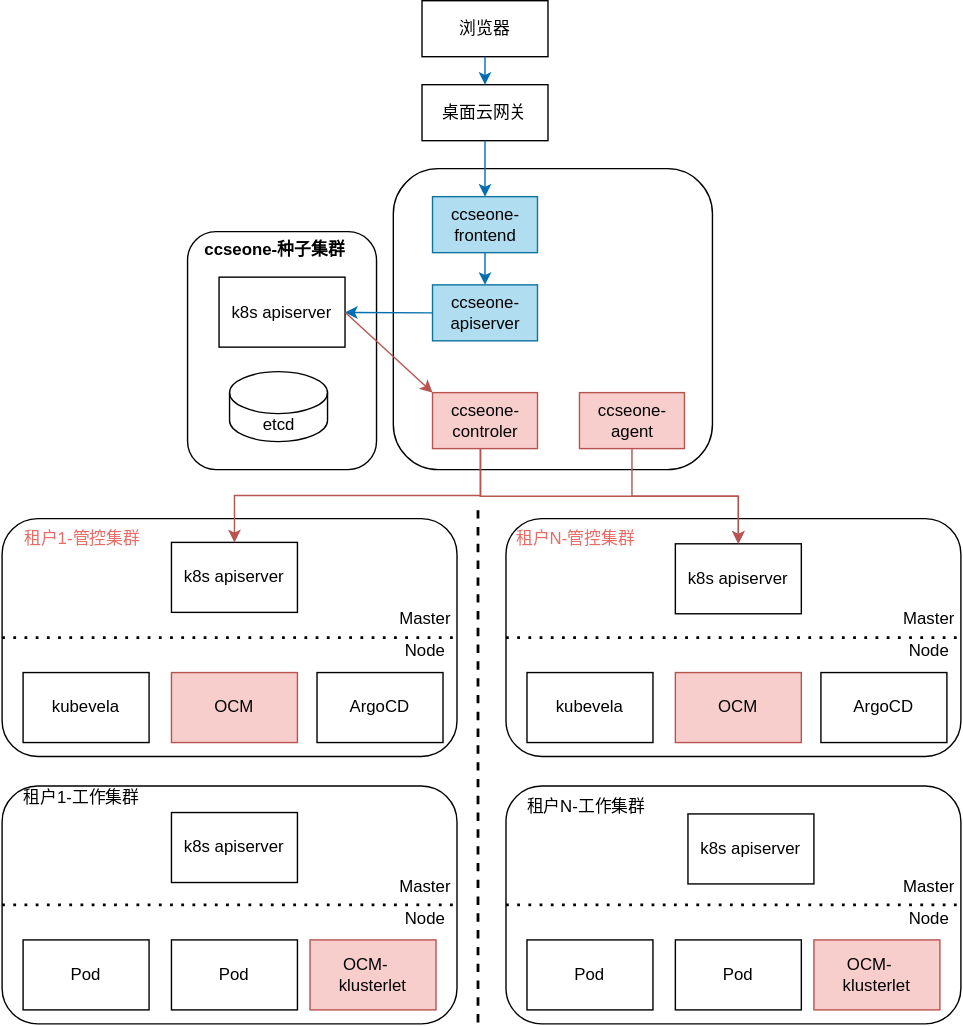
The draw.io diagram drawio/img/ccseone-sprint3.drawio.svg in Tiny-VS-Lina/ccse, before a commit. Source tidied: cells renumbered, new cells last; positions are measured from the earlier drawing's top-left corner, leaving out a move shared by most shapes.
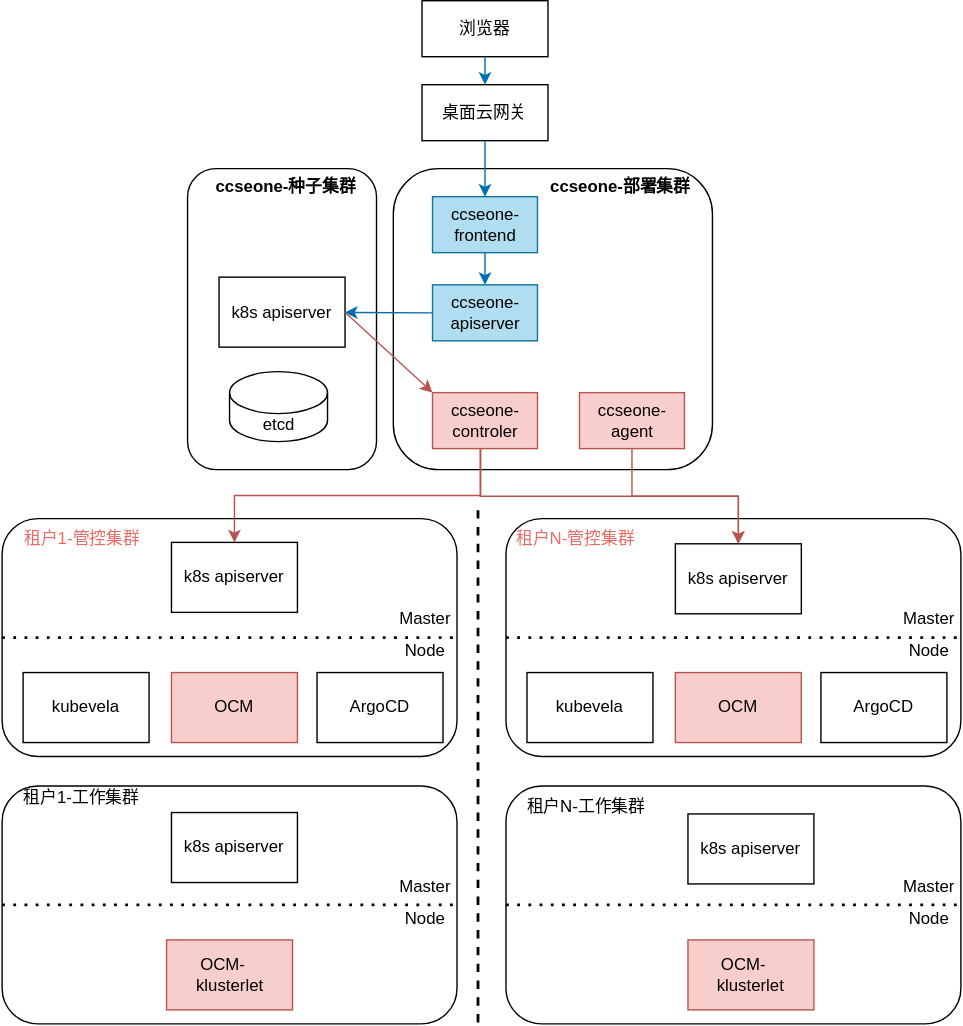
After the change.

The edit, as a diff of the source:
```diff
@@ -6,7 +6,7 @@
       <mxGeometry x="279.5" y="120" width="228" height="215" as="geometry" />
     </mxCell>
     <mxCell id="3" style="rounded=1;whiteSpace=wrap;html=1;" parent="1" vertex="1">
-      <mxGeometry x="132.5" y="165" width="135" height="170" as="geometry" />
+      <mxGeometry x="132.5" y="120" width="135" height="215" as="geometry" />
     </mxCell>
     <mxCell id="4" value="ccseone-apiserver" style="rounded=0;whiteSpace=wrap;html=1;fillColor=#b1ddf0;strokeColor=#10739e;" parent="1" vertex="1">
       <mxGeometry x="307.5" y="203" width="75" height="40" as="geometry" />
@@ -101,12 +101,6 @@
     <mxCell id="34" style="rounded=1;whiteSpace=wrap;html=1;" parent="33" vertex="1">
       <mxGeometry width="325" height="170" as="geometry" />
     </mxCell>
-    <mxCell id="35" value="Pod" style="rounded=0;whiteSpace=wrap;html=1;" parent="33" vertex="1">
-      <mxGeometry x="15" y="110" width="90" height="50" as="geometry" />
-    </mxCell>
-    <mxCell id="36" value="Pod" style="rounded=0;whiteSpace=wrap;html=1;" parent="33" vertex="1">
-      <mxGeometry x="121" y="110" width="90" height="50" as="geometry" />
-    </mxCell>
     <mxCell id="37" style="endArrow=none;dashed=1;html=1;dashPattern=1 3;strokeWidth=2;rounded=0;exitX=0;exitY=0.5;exitDx=0;exitDy=0;entryX=1;entryY=0.5;entryDx=0;entryDy=0;" parent="33" edge="1" source="34" target="34">
       <mxGeometry relative="1" as="geometry" />
     </mxCell>
@@ -123,7 +117,7 @@
       <mxGeometry x="130" y="20" width="90" height="50" as="geometry" />
     </mxCell>
     <mxCell id="42" value="OCM-&amp;nbsp; &amp;nbsp; klusterlet" style="rounded=0;whiteSpace=wrap;html=1;fillColor=#f8cecc;strokeColor=#b85450;" parent="33" vertex="1">
-      <mxGeometry x="220" y="110" width="90" height="50" as="geometry" />
+      <mxGeometry x="130" y="110" width="90" height="50" as="geometry" />
     </mxCell>
     <mxCell id="43" style="endArrow=none;html=1;rounded=0;dashed=1;strokeWidth=2;" parent="1" edge="1">
       <mxGeometry relative="1" as="geometry">
@@ -140,12 +134,6 @@
     <mxCell id="46" style="rounded=1;whiteSpace=wrap;html=1;" parent="1" vertex="1">
       <mxGeometry y="561" width="325" height="170" as="geometry" />
     </mxCell>
-    <mxCell id="47" value="Pod" style="rounded=0;whiteSpace=wrap;html=1;" parent="1" vertex="1">
-      <mxGeometry x="15" y="671" width="90" height="50" as="geometry" />
-    </mxCell>
-    <mxCell id="48" value="Pod" style="rounded=0;whiteSpace=wrap;html=1;" parent="1" vertex="1">
-      <mxGeometry x="121" y="671" width="90" height="50" as="geometry" />
-    </mxCell>
     <mxCell id="49" style="endArrow=none;dashed=1;html=1;dashPattern=1 3;strokeWidth=2;rounded=0;exitX=0;exitY=0.5;exitDx=0;exitDy=0;entryX=1;entryY=0.5;entryDx=0;entryDy=0;" parent="1" edge="1" source="46" target="46">
       <mxGeometry relative="1" as="geometry" />
     </mxCell>
@@ -162,13 +150,13 @@
       <mxGeometry x="121" y="580" width="90" height="50" as="geometry" />
     </mxCell>
     <mxCell id="54" value="OCM-&amp;nbsp; &amp;nbsp; klusterlet" style="rounded=0;whiteSpace=wrap;html=1;fillColor=#f8cecc;strokeColor=#b85450;" parent="1" vertex="1">
-      <mxGeometry x="220" y="671" width="90" height="50" as="geometry" />
+      <mxGeometry x="117.5" y="671" width="90" height="50" as="geometry" />
     </mxCell>
     <mxCell id="55" value="k8s apiserver" style="rounded=0;whiteSpace=wrap;html=1;" parent="1" vertex="1">
       <mxGeometry x="155" y="197.5" width="90" height="50" as="geometry" />
     </mxCell>
     <mxCell id="56" value="&lt;b style=&quot;border-color: var(--border-color); font-size: 12px;&quot;&gt;ccseone-种子集群&lt;/b&gt;" style="text;html=1;strokeColor=none;fillColor=none;align=center;verticalAlign=middle;whiteSpace=wrap;rounded=0;fontSize=12;" parent="1" vertex="1">
-      <mxGeometry x="130" y="165" width="130" height="25" as="geometry" />
+      <mxGeometry x="137.5" y="120" width="130" height="25" as="geometry" />
     </mxCell>
     <mxCell id="57" value="etcd" style="shape=cylinder3;whiteSpace=wrap;html=1;boundedLbl=1;backgroundOutline=1;size=15;" parent="1" vertex="1">
       <mxGeometry x="162.5" y="265" width="70" height="50" as="geometry" />
@@ -182,5 +170,8 @@
     <mxCell id="60" style="endArrow=classic;html=1;rounded=0;entryX=0.5;entryY=0;entryDx=0;entryDy=0;exitX=0.5;exitY=1;exitDx=0;exitDy=0;fillColor=#f8cecc;strokeColor=#b85450;edgeStyle=orthogonalEdgeStyle;" parent="1" edge="1" source="12" target="28">
       <mxGeometry relative="1" as="geometry" />
     </mxCell>
+    <mxCell id="61" value="&lt;b style=&quot;border-color: var(--border-color); font-size: 12px;&quot;&gt;ccseone-部署集群&lt;/b&gt;" style="text;html=1;strokeColor=none;fillColor=none;align=center;verticalAlign=middle;whiteSpace=wrap;rounded=0;fontSize=12;" parent="1" vertex="1">
+      <mxGeometry x="377" y="120" width="130" height="25" as="geometry" />
+    </mxCell>
   </root>
 </mxGraphModel>
```
